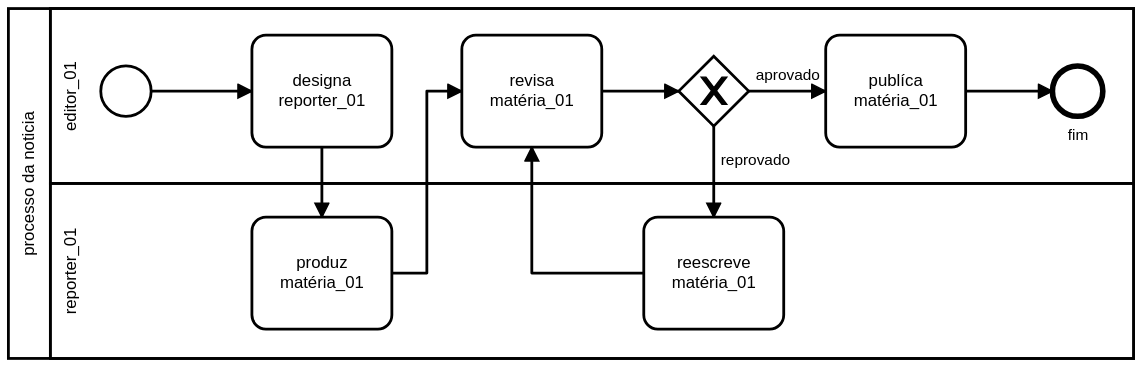
The BPMN diagram bpmn/static/bpmn/diagrams_files/simple_news_process_diagram.svg in marcelobbfonseca/SFDjango-BPMN, before a commit. Its source is kept beside it as bpmn/static/bpmn/diagrams_files/simple_news_process_diagram.bpmn. Ids are renumbered. The source it was exported from:
```xml
<bpmn:definitions xmlns:xsi="http://www.w3.org/2001/XMLSchema-instance" xmlns:bpmn="http://www.omg.org/spec/BPMN/20100524/MODEL" xmlns:bpmndi="http://www.omg.org/spec/BPMN/20100524/DI" xmlns:dc="http://www.omg.org/spec/DD/20100524/DC" xmlns:di="http://www.omg.org/spec/DD/20100524/DI" id="Definitions_n1" targetNamespace="http://bpmn.io/schema/bpmn" exporter="bpmn-js (https://demo.bpmn.io)" exporterVersion="8.8.0">
  <bpmn:collaboration id="Collaboration_n2">
    <bpmn:participant id="Participant_n3" name="processo da noticia" processRef="Process_n4" />
  </bpmn:collaboration>
  <bpmn:process id="Process_n4" isExecutable="false">
    <bpmn:laneSet id="LaneSet_n5">
      <bpmn:lane id="Lane_n6" name="editor_01">
        <bpmn:flowNodeRef>StartEvent_n7</bpmn:flowNodeRef>
        <bpmn:flowNodeRef>Activity_n8</bpmn:flowNodeRef>
        <bpmn:flowNodeRef>Activity_n9</bpmn:flowNodeRef>
        <bpmn:flowNodeRef>Gateway_n10</bpmn:flowNodeRef>
        <bpmn:flowNodeRef>Activity_n11</bpmn:flowNodeRef>
        <bpmn:flowNodeRef>Event_n12</bpmn:flowNodeRef>
      </bpmn:lane>
      <bpmn:lane id="Lane_n13" name="reporter_01">
        <bpmn:flowNodeRef>Activity_n14</bpmn:flowNodeRef>
        <bpmn:flowNodeRef>Activity_n15</bpmn:flowNodeRef>
      </bpmn:lane>
    </bpmn:laneSet>
    <bpmn:startEvent id="StartEvent_n7">
      <bpmn:outgoing>Flow_n16</bpmn:outgoing>
    </bpmn:startEvent>
    <bpmn:task id="Activity_n8" name="designa reporter_01">
      <bpmn:incoming>Flow_n16</bpmn:incoming>
      <bpmn:outgoing>Flow_n17</bpmn:outgoing>
    </bpmn:task>
    <bpmn:task id="Activity_n14" name="produz matéria_01">
      <bpmn:incoming>Flow_n17</bpmn:incoming>
      <bpmn:outgoing>Flow_n18</bpmn:outgoing>
    </bpmn:task>
    <bpmn:task id="Activity_n9" name="revisa matéria_01">
      <bpmn:incoming>Flow_n18</bpmn:incoming>
      <bpmn:incoming>Flow_n19</bpmn:incoming>
      <bpmn:outgoing>Flow_n20</bpmn:outgoing>
    </bpmn:task>
    <bpmn:exclusiveGateway id="Gateway_n10">
      <bpmn:incoming>Flow_n20</bpmn:incoming>
      <bpmn:outgoing>Flow_n21</bpmn:outgoing>
      <bpmn:outgoing>Flow_n22</bpmn:outgoing>
    </bpmn:exclusiveGateway>
    <bpmn:task id="Activity_n15" name="reescreve matéria_01">
      <bpmn:incoming>Flow_n21</bpmn:incoming>
      <bpmn:outgoing>Flow_n19</bpmn:outgoing>
    </bpmn:task>
    <bpmn:task id="Activity_n11" name="publíca matéria_01">
      <bpmn:incoming>Flow_n22</bpmn:incoming>
      <bpmn:outgoing>Flow_n23</bpmn:outgoing>
    </bpmn:task>
    <bpmn:endEvent id="Event_n12" name="fim">
      <bpmn:incoming>Flow_n23</bpmn:incoming>
    </bpmn:endEvent>
    <bpmn:sequenceFlow id="Flow_n16" sourceRef="StartEvent_n7" targetRef="Activity_n8" />
    <bpmn:sequenceFlow id="Flow_n17" sourceRef="Activity_n8" targetRef="Activity_n14" />
    <bpmn:sequenceFlow id="Flow_n18" sourceRef="Activity_n14" targetRef="Activity_n9" />
    <bpmn:sequenceFlow id="Flow_n20" sourceRef="Activity_n9" targetRef="Gateway_n10" />
    <bpmn:sequenceFlow id="Flow_n21" name="reprovado" sourceRef="Gateway_n10" targetRef="Activity_n15" />
    <bpmn:sequenceFlow id="Flow_n19" sourceRef="Activity_n15" targetRef="Activity_n9" />
    <bpmn:sequenceFlow id="Flow_n22" name="aprovado" sourceRef="Gateway_n10" targetRef="Activity_n11" />
    <bpmn:sequenceFlow id="Flow_n23" sourceRef="Activity_n11" targetRef="Event_n12" />
  </bpmn:process>
  <bpmndi:BPMNDiagram id="BPMNDiagram_1">
    <bpmndi:BPMNPlane id="BPMNPlane_1" bpmnElement="Collaboration_n2">
      <bpmndi:BPMNShape id="Participant_n3_di" bpmnElement="Participant_n3" isHorizontal="true">
        <dc:Bounds x="156" y="61" width="804" height="250" />
      </bpmndi:BPMNShape>
      <bpmndi:BPMNShape id="Lane_n6_di" bpmnElement="Lane_n6" isHorizontal="true">
        <dc:Bounds x="186" y="61" width="774" height="125" />
      </bpmndi:BPMNShape>
      <bpmndi:BPMNShape id="Lane_n13_di" bpmnElement="Lane_n13" isHorizontal="true">
        <dc:Bounds x="186" y="186" width="774" height="125" />
      </bpmndi:BPMNShape>
      <bpmndi:BPMNEdge id="Flow_n16_di" bpmnElement="Flow_n16">
        <di:waypoint x="258" y="120" />
        <di:waypoint x="330" y="120" />
      </bpmndi:BPMNEdge>
      <bpmndi:BPMNEdge id="Flow_n17_di" bpmnElement="Flow_n17">
        <di:waypoint x="380" y="160" />
        <di:waypoint x="380" y="210" />
      </bpmndi:BPMNEdge>
      <bpmndi:BPMNEdge id="Flow_n18_di" bpmnElement="Flow_n18">
        <di:waypoint x="430" y="250" />
        <di:waypoint x="455" y="250" />
        <di:waypoint x="455" y="120" />
        <di:waypoint x="480" y="120" />
      </bpmndi:BPMNEdge>
      <bpmndi:BPMNEdge id="Flow_n20_di" bpmnElement="Flow_n20">
        <di:waypoint x="580" y="120" />
        <di:waypoint x="635" y="120" />
      </bpmndi:BPMNEdge>
      <bpmndi:BPMNEdge id="Flow_n21_di" bpmnElement="Flow_n21">
        <di:waypoint x="660" y="145" />
        <di:waypoint x="660" y="210" />
        <bpmndi:BPMNLabel>
          <dc:Bounds x="665" y="163" width="50" height="14" />
        </bpmndi:BPMNLabel>
      </bpmndi:BPMNEdge>
      <bpmndi:BPMNEdge id="Flow_n19_di" bpmnElement="Flow_n19">
        <di:waypoint x="610" y="250" />
        <di:waypoint x="530" y="250" />
        <di:waypoint x="530" y="160" />
      </bpmndi:BPMNEdge>
      <bpmndi:BPMNEdge id="Flow_n22_di" bpmnElement="Flow_n22">
        <di:waypoint x="685" y="120" />
        <di:waypoint x="740" y="120" />
        <bpmndi:BPMNLabel>
          <dc:Bounds x="690" y="102" width="46" height="14" />
        </bpmndi:BPMNLabel>
      </bpmndi:BPMNEdge>
      <bpmndi:BPMNEdge id="Flow_n23_di" bpmnElement="Flow_n23">
        <di:waypoint x="840" y="120" />
        <di:waypoint x="902" y="120" />
      </bpmndi:BPMNEdge>
      <bpmndi:BPMNShape id="_BPMNShape_StartEvent_2" bpmnElement="StartEvent_n7">
        <dc:Bounds x="222" y="102" width="36" height="36" />
      </bpmndi:BPMNShape>
      <bpmndi:BPMNShape id="Activity_n8_di" bpmnElement="Activity_n8">
        <dc:Bounds x="330" y="80" width="100" height="80" />
      </bpmndi:BPMNShape>
      <bpmndi:BPMNShape id="Activity_n14_di" bpmnElement="Activity_n14">
        <dc:Bounds x="330" y="210" width="100" height="80" />
      </bpmndi:BPMNShape>
      <bpmndi:BPMNShape id="Activity_n9_di" bpmnElement="Activity_n9">
        <dc:Bounds x="480" y="80" width="100" height="80" />
      </bpmndi:BPMNShape>
      <bpmndi:BPMNShape id="Gateway_n10_di" bpmnElement="Gateway_n10" isMarkerVisible="true">
        <dc:Bounds x="635" y="95" width="50" height="50" />
      </bpmndi:BPMNShape>
      <bpmndi:BPMNShape id="Activity_n15_di" bpmnElement="Activity_n15">
        <dc:Bounds x="610" y="210" width="100" height="80" />
      </bpmndi:BPMNShape>
      <bpmndi:BPMNShape id="Activity_n11_di" bpmnElement="Activity_n11">
        <dc:Bounds x="740" y="80" width="100" height="80" />
      </bpmndi:BPMNShape>
      <bpmndi:BPMNShape id="Event_n12_di" bpmnElement="Event_n12">
        <dc:Bounds x="902" y="102" width="36" height="36" />
        <bpmndi:BPMNLabel>
          <dc:Bounds x="913" y="145" width="15" height="14" />
        </bpmndi:BPMNLabel>
      </bpmndi:BPMNShape>
    </bpmndi:BPMNPlane>
  </bpmndi:BPMNDiagram>
</bpmn:definitions>
```
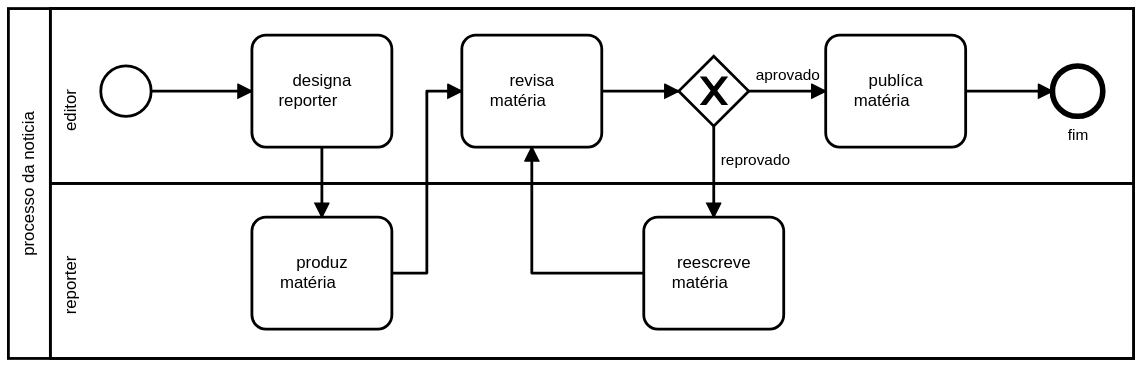
After the change.

Commit message:
feat: updated ontology with process and fix _0N in individuals

Diff of the diagram source:
```diff
@@ -4,7 +4,7 @@
   </bpmn:collaboration>
   <bpmn:process id="Process_n4" isExecutable="false">
     <bpmn:laneSet id="LaneSet_n5">
-      <bpmn:lane id="Lane_n6" name="editor_01">
+      <bpmn:lane id="Lane_n6" name="editor">
         <bpmn:flowNodeRef>StartEvent_n7</bpmn:flowNodeRef>
         <bpmn:flowNodeRef>Activity_n8</bpmn:flowNodeRef>
         <bpmn:flowNodeRef>Activity_n9</bpmn:flowNodeRef>
@@ -12,7 +12,7 @@
         <bpmn:flowNodeRef>Activity_n11</bpmn:flowNodeRef>
         <bpmn:flowNodeRef>Event_n12</bpmn:flowNodeRef>
       </bpmn:lane>
-      <bpmn:lane id="Lane_n13" name="reporter_01">
+      <bpmn:lane id="Lane_n13" name="reporter">
         <bpmn:flowNodeRef>Activity_n14</bpmn:flowNodeRef>
         <bpmn:flowNodeRef>Activity_n15</bpmn:flowNodeRef>
       </bpmn:lane>
@@ -20,15 +20,15 @@
     <bpmn:startEvent id="StartEvent_n7">
       <bpmn:outgoing>Flow_n16</bpmn:outgoing>
     </bpmn:startEvent>
-    <bpmn:task id="Activity_n8" name="designa reporter_01">
+    <bpmn:task id="Activity_n8" name="designa reporter">
       <bpmn:incoming>Flow_n16</bpmn:incoming>
       <bpmn:outgoing>Flow_n17</bpmn:outgoing>
     </bpmn:task>
-    <bpmn:task id="Activity_n14" name="produz matéria_01">
+    <bpmn:task id="Activity_n14" name="produz matéria">
       <bpmn:incoming>Flow_n17</bpmn:incoming>
       <bpmn:outgoing>Flow_n18</bpmn:outgoing>
     </bpmn:task>
-    <bpmn:task id="Activity_n9" name="revisa matéria_01">
+    <bpmn:task id="Activity_n9" name="revisa matéria">
       <bpmn:incoming>Flow_n18</bpmn:incoming>
       <bpmn:incoming>Flow_n19</bpmn:incoming>
       <bpmn:outgoing>Flow_n20</bpmn:outgoing>
@@ -38,11 +38,11 @@
       <bpmn:outgoing>Flow_n21</bpmn:outgoing>
       <bpmn:outgoing>Flow_n22</bpmn:outgoing>
     </bpmn:exclusiveGateway>
-    <bpmn:task id="Activity_n15" name="reescreve matéria_01">
+    <bpmn:task id="Activity_n15" name="reescreve matéria">
       <bpmn:incoming>Flow_n21</bpmn:incoming>
       <bpmn:outgoing>Flow_n19</bpmn:outgoing>
     </bpmn:task>
-    <bpmn:task id="Activity_n11" name="publíca matéria_01">
+    <bpmn:task id="Activity_n11" name="publíca matéria">
       <bpmn:incoming>Flow_n22</bpmn:incoming>
       <bpmn:outgoing>Flow_n23</bpmn:outgoing>
     </bpmn:task>
```
